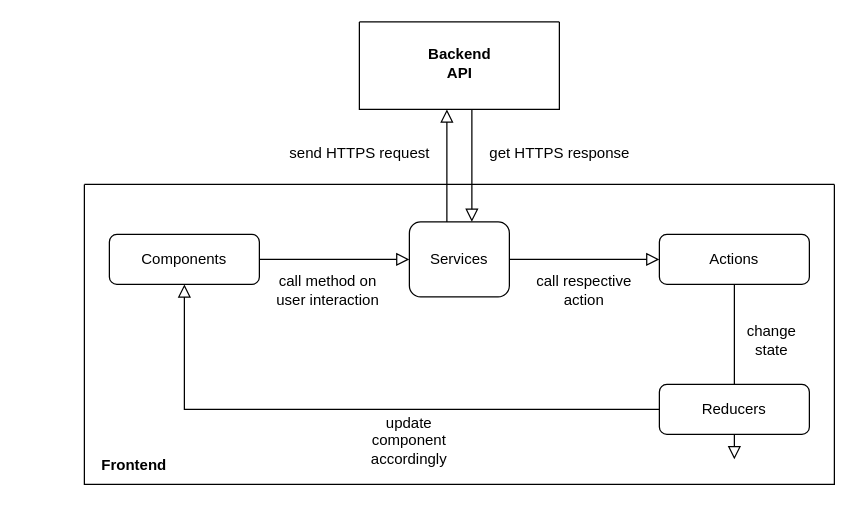
Maren-ski/eureka keeps this draw.io diagram as Ablauf Frontend.drawio. Above is the earlier version. Source tidied: cells renumbered, new cells numbered last; positions are measured from the earlier drawing's top-left corner, leaving out a move shared by most shapes. Both pictures are drawn from the tidied source at 125%, with x=0, y=0 at pixel (84, 9).
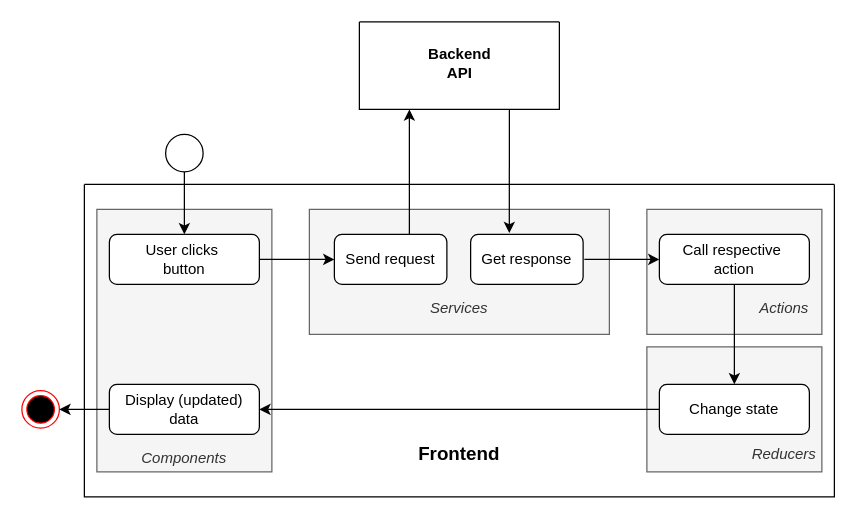
The same diagram, later.

Commit message:
Ablauf Frontend aktivitäten.drawio aktualisiert

Unchanged cells that the change refers to:
```xml
<mxCell id="17" style="swimlane;startSize=0;" parent="1" vertex="1">
  <mxGeometry x="220" y="10" width="160" height="70" as="geometry" />
</mxCell>
```

The edit, as a diff of the source:
```diff
@@
+    <mxCell id="22" value="&lt;div&gt;&lt;br&gt;&lt;/div&gt;&lt;div&gt;&lt;br&gt;&lt;/div&gt;&lt;div&gt;&lt;br&gt;&lt;/div&gt;&lt;div&gt;&lt;br&gt;&lt;/div&gt;&lt;div align=&quot;left&quot;&gt;&lt;span style=&quot;white-space: pre;&quot;&gt;&#9;&lt;/span&gt;&lt;span style=&quot;white-space: pre;&quot;&gt;&#9;&lt;/span&gt;&lt;span style=&quot;white-space: pre;&quot;&gt;&#9;&lt;/span&gt;&lt;i&gt;Actions&lt;/i&gt;&lt;br&gt;&lt;/div&gt;" style="rounded=0;whiteSpace=wrap;html=1;fillColor=#f5f5f5;fontColor=#333333;strokeColor=#666666;" parent="1" vertex="1">
+      <mxGeometry x="450" y="160" width="140" height="100" as="geometry" />
+    </mxCell>
+    <mxCell id="8" style="swimlane;startSize=0;" parent="1" vertex="1">
+      <mxGeometry y="140" width="600" height="250" as="geometry" />
+    </mxCell>
+    <mxCell id="23" value="&lt;div&gt;&lt;br&gt;&lt;/div&gt;&lt;div&gt;&lt;br&gt;&lt;/div&gt;&lt;div&gt;&lt;br&gt;&lt;/div&gt;&lt;div&gt;&lt;br&gt;&lt;/div&gt;&lt;div&gt;&lt;br&gt;&lt;/div&gt;&lt;div&gt;&lt;i&gt;&lt;span style=&quot;white-space: pre;&quot;&gt;&#9;&lt;/span&gt;&lt;span style=&quot;white-space: pre;&quot;&gt;&#9;&lt;/span&gt;&lt;span style=&quot;white-space: pre;&quot;&gt;&#9;&lt;/span&gt;Reducers&lt;/i&gt;&lt;/div&gt;" style="rounded=0;whiteSpace=wrap;html=1;fillColor=#f5f5f5;fontColor=#333333;strokeColor=#666666;" parent="8" vertex="1">
+      <mxGeometry x="450" y="130" width="140" height="100" as="geometry" />
+    </mxCell>
+    <mxCell id="3" value="&lt;div&gt;&lt;i&gt;&lt;br&gt;&lt;/i&gt;&lt;/div&gt;&lt;div&gt;&lt;i&gt;&lt;br&gt;&lt;/i&gt;&lt;/div&gt;&lt;div&gt;&lt;i&gt;&lt;br&gt;&lt;/i&gt;&lt;/div&gt;&lt;div&gt;&lt;i&gt;&lt;br&gt;&lt;/i&gt;&lt;/div&gt;&lt;div&gt;&lt;i&gt;Services&lt;br&gt;&lt;/i&gt;&lt;/div&gt;" style="rounded=0;whiteSpace=wrap;html=1;fillColor=#f5f5f5;fontColor=#333333;strokeColor=#666666;" parent="8" vertex="1">
+      <mxGeometry x="180" y="20" width="240" height="100" as="geometry" />
+    </mxCell>
+    <mxCell id="24" value="&lt;div&gt;&lt;i&gt;&lt;br&gt;&lt;/i&gt;&lt;/div&gt;&lt;div&gt;&lt;i&gt;&lt;br&gt;&lt;/i&gt;&lt;/div&gt;&lt;div&gt;&lt;i&gt;&lt;br&gt;&lt;/i&gt;&lt;/div&gt;&lt;div&gt;&lt;i&gt;&lt;br&gt;&lt;/i&gt;&lt;/div&gt;&lt;div&gt;&lt;i&gt;&lt;br&gt;&lt;/i&gt;&lt;/div&gt;&lt;div&gt;&lt;i&gt;&lt;br&gt;&lt;/i&gt;&lt;/div&gt;&lt;div&gt;&lt;i&gt;&lt;br&gt;&lt;/i&gt;&lt;/div&gt;&lt;div&gt;&lt;i&gt;&lt;br&gt;&lt;/i&gt;&lt;/div&gt;&lt;div&gt;&lt;i&gt;&lt;br&gt;&lt;/i&gt;&lt;/div&gt;&lt;div&gt;&lt;i&gt;&lt;br&gt;&lt;/i&gt;&lt;/div&gt;&lt;div&gt;&lt;i&gt;&lt;br&gt;&lt;/i&gt;&lt;/div&gt;&lt;div&gt;&lt;i&gt;&lt;br&gt;&lt;/i&gt;&lt;/div&gt;&lt;div&gt;&lt;i&gt;&lt;br&gt;&lt;/i&gt;&lt;/div&gt;&lt;div&gt;&lt;i&gt;Components&lt;/i&gt;&lt;/div&gt;" style="rounded=0;whiteSpace=wrap;html=1;fillColor=#f5f5f5;strokeColor=#666666;fontColor=#333333;" parent="8" vertex="1">
+      <mxGeometry x="10" y="20" width="140" height="210" as="geometry" />
+    </mxCell>
+    <mxCell id="9" value="&lt;font size=&quot;1&quot;&gt;&lt;b style=&quot;font-size: 15px;&quot;&gt;Frontend&lt;/b&gt;&lt;/font&gt;" style="text;html=1;align=center;verticalAlign=middle;whiteSpace=wrap;rounded=0;" parent="8" vertex="1">
+      <mxGeometry x="270" y="200" width="60" height="30" as="geometry" />
+    </mxCell>
+    <mxCell id="12" value="Change state" style="rounded=1;whiteSpace=wrap;html=1;fontSize=12;glass=0;strokeWidth=1;shadow=0;" parent="8" vertex="1">
+      <mxGeometry x="460" y="160" width="120" height="40" as="geometry" />
+    </mxCell>
+    <mxCell id="25" style="endArrow=classic;html=1;rounded=0;entryX=0;entryY=0.5;entryDx=0;entryDy=0;" parent="8" edge="1">
+      <mxGeometry relative="1" as="geometry">
+        <mxPoint x="400" y="60" as="sourcePoint" />
+        <mxPoint x="460" y="60" as="targetPoint" />
+      </mxGeometry>
+    </mxCell>
+    <mxCell id="26" value="Send request" style="rounded=1;whiteSpace=wrap;html=1;fontSize=12;glass=0;strokeWidth=1;shadow=0;" parent="8" vertex="1">
+      <mxGeometry x="200" y="40" width="90" height="40" as="geometry" />
+    </mxCell>
+    <mxCell id="27" value="Get response" style="rounded=1;whiteSpace=wrap;html=1;fontSize=12;glass=0;strokeWidth=1;shadow=0;" parent="8" vertex="1">
+      <mxGeometry x="309" y="40" width="90" height="40" as="geometry" />
+    </mxCell>
+    <mxCell id="28" value="Display (updated) data" style="rounded=1;whiteSpace=wrap;html=1;fontSize=12;glass=0;strokeWidth=1;shadow=0;" parent="8" vertex="1">
+      <mxGeometry x="20" y="160" width="120" height="40" as="geometry" />
+    </mxCell>
+    <mxCell id="29" style="endArrow=classic;html=1;rounded=0;exitX=0;exitY=0.5;exitDx=0;exitDy=0;entryX=1;entryY=0.5;entryDx=0;entryDy=0;" parent="8" edge="1" source="12" target="28">
+      <mxGeometry relative="1" as="geometry" />
+    </mxCell>
+    <mxCell id="30" style="edgeStyle=orthogonalEdgeStyle;rounded=0;orthogonalLoop=1;jettySize=auto;html=1;exitX=0.5;exitY=1;exitDx=0;exitDy=0;" parent="8" edge="1" source="3" target="3">
+      <mxGeometry relative="1" as="geometry" />
+    </mxCell>
-    <mxCell id="2" value="Components" style="rounded=1;whiteSpace=wrap;html=1;fontSize=12;glass=0;strokeWidth=1;shadow=0;" parent="1" vertex="1">
+    <mxCell id="2" value="&lt;div&gt;User clicks&amp;nbsp;&lt;/div&gt;&lt;div&gt;button&lt;/div&gt;" style="rounded=1;whiteSpace=wrap;html=1;fontSize=12;glass=0;strokeWidth=1;shadow=0;" parent="1" vertex="1">
       <mxGeometry x="20" y="180" width="120" height="40" as="geometry" />
     </mxCell>
-    <mxCell id="3" value="Services" style="rounded=1;whiteSpace=wrap;html=1;" parent="1" vertex="1">
-      <mxGeometry x="260" y="170" width="80" height="60" as="geometry" />
-    </mxCell>
-    <mxCell id="4" style="rounded=0;html=1;jettySize=auto;fontSize=11;endArrow=block;endFill=0;endSize=8;strokeWidth=1;shadow=0;labelBackgroundColor=none;edgeStyle=orthogonalEdgeStyle;entryX=0;entryY=0.5;entryDx=0;entryDy=0;exitX=1;exitY=0.5;exitDx=0;exitDy=0;" parent="1" edge="1" source="2" target="3">
-      <mxGeometry relative="1" as="geometry" />
-    </mxCell>
-    <mxCell id="5" value="Actions" style="rounded=1;whiteSpace=wrap;html=1;fontSize=12;glass=0;strokeWidth=1;shadow=0;" parent="1" vertex="1">
+    <mxCell id="5" value="&lt;div&gt;Call respective&amp;nbsp;&lt;/div&gt;&lt;div&gt;action&lt;/div&gt;" style="rounded=1;whiteSpace=wrap;html=1;fontSize=12;glass=0;strokeWidth=1;shadow=0;" parent="1" vertex="1">
       <mxGeometry x="460" y="180" width="120" height="40" as="geometry" />
     </mxCell>
-    <mxCell id="6" style="rounded=0;html=1;jettySize=auto;fontSize=11;endArrow=block;endFill=0;endSize=8;strokeWidth=1;shadow=0;labelBackgroundColor=none;edgeStyle=orthogonalEdgeStyle;exitX=0.5;exitY=1;exitDx=0;exitDy=0;" parent="1" edge="1" source="5">
-      <mxGeometry relative="1" as="geometry">
-        <mxPoint x="520" y="360" as="targetPoint" />
-      </mxGeometry>
-    </mxCell>
-    <mxCell id="7" style="rounded=0;html=1;jettySize=auto;fontSize=11;endArrow=block;endFill=0;endSize=8;strokeWidth=1;shadow=0;labelBackgroundColor=none;edgeStyle=orthogonalEdgeStyle;entryX=0;entryY=0.5;entryDx=0;entryDy=0;exitX=1;exitY=0.5;exitDx=0;exitDy=0;" parent="1" edge="1" source="3" target="5">
-      <mxGeometry relative="1" as="geometry" />
-    </mxCell>
-    <mxCell id="8" style="swimlane;startSize=0;" parent="1" vertex="1">
-      <mxGeometry y="140" width="600" height="240" as="geometry" />
-    </mxCell>
-    <mxCell id="9" value="&lt;b&gt;Frontend&lt;/b&gt;" style="text;html=1;align=center;verticalAlign=middle;whiteSpace=wrap;rounded=0;" parent="8" vertex="1">
-      <mxGeometry x="10" y="210" width="60" height="30" as="geometry" />
-    </mxCell>
-    <mxCell id="10" value="&lt;div&gt;call respective action&lt;/div&gt;" style="text;html=1;align=center;verticalAlign=middle;whiteSpace=wrap;rounded=0;" parent="8" vertex="1">
-      <mxGeometry x="360" y="70" width="80" height="30" as="geometry" />
-    </mxCell>
-    <mxCell id="11" value="call method on user interaction" style="text;html=1;align=center;verticalAlign=middle;whiteSpace=wrap;rounded=0;" parent="8" vertex="1">
-      <mxGeometry x="150" y="70" width="90" height="30" as="geometry" />
-    </mxCell>
-    <mxCell id="12" value="Reducers" style="rounded=1;whiteSpace=wrap;html=1;fontSize=12;glass=0;strokeWidth=1;shadow=0;" parent="8" vertex="1">
-      <mxGeometry x="460" y="160" width="120" height="40" as="geometry" />
-    </mxCell>
-    <mxCell id="13" value="change state" style="text;html=1;align=center;verticalAlign=middle;whiteSpace=wrap;rounded=0;" parent="8" vertex="1">
-      <mxGeometry x="520" y="110" width="60" height="30" as="geometry" />
-    </mxCell>
-    <mxCell id="14" style="rounded=0;html=1;jettySize=auto;orthogonalLoop=1;fontSize=11;endArrow=block;endFill=0;endSize=8;strokeWidth=1;shadow=0;labelBackgroundColor=none;edgeStyle=orthogonalEdgeStyle;" parent="8" edge="1">
-      <mxGeometry relative="1" as="geometry">
-        <mxPoint x="460" y="180" as="sourcePoint" />
-        <mxPoint x="80" y="80" as="targetPoint" />
-        <Array as="points">
-          <mxPoint x="80" y="177" />
-          <mxPoint x="80" y="-140" />
-        </Array>
-      </mxGeometry>
-    </mxCell>
-    <mxCell id="15" value="&lt;div&gt;update component&lt;/div&gt;&lt;div&gt;accordingly&lt;br&gt;&lt;/div&gt;" style="text;html=1;align=center;verticalAlign=middle;whiteSpace=wrap;rounded=0;" parent="8" vertex="1">
-      <mxGeometry x="220" y="190" width="80" height="30" as="geometry" />
-    </mxCell>
-    <mxCell id="16" style="rounded=0;html=1;jettySize=auto;orthogonalLoop=1;fontSize=11;endArrow=block;endFill=0;endSize=8;strokeWidth=1;shadow=0;labelBackgroundColor=none;edgeStyle=orthogonalEdgeStyle;exitX=0.5;exitY=0;exitDx=0;exitDy=0;" parent="1" edge="1">
-      <mxGeometry relative="1" as="geometry">
-        <mxPoint x="290" y="170" as="sourcePoint" />
-        <mxPoint x="290" y="80" as="targetPoint" />
-        <Array as="points">
-          <mxPoint x="290" y="130" />
-          <mxPoint x="290" y="130" />
-        </Array>
-      </mxGeometry>
-    </mxCell>
@@
-    <mxCell id="19" value="send HTTPS request" style="text;html=1;align=center;verticalAlign=middle;strokeColor=none;fillColor=none;" parent="1" vertex="1">
-      <mxGeometry x="150" y="100" width="140" height="30" as="geometry" />
-    </mxCell>
-    <mxCell id="20" style="rounded=0;html=1;jettySize=auto;orthogonalLoop=1;fontSize=11;endArrow=block;endFill=0;endSize=8;strokeWidth=1;shadow=0;labelBackgroundColor=none;edgeStyle=orthogonalEdgeStyle;" parent="1" edge="1">
-      <mxGeometry relative="1" as="geometry">
-        <mxPoint x="310" y="80" as="sourcePoint" />
-        <mxPoint x="310" y="170" as="targetPoint" />
-      </mxGeometry>
-    </mxCell>
-    <mxCell id="21" value="get HTTPS response" style="text;html=1;align=center;verticalAlign=middle;strokeColor=none;fillColor=none;" parent="1" vertex="1">
-      <mxGeometry x="310" y="100" width="140" height="30" as="geometry" />
-    </mxCell>
+    <mxCell id="31" style="endArrow=classic;html=1;rounded=0;exitX=1;exitY=0.5;exitDx=0;exitDy=0;entryX=0;entryY=0.5;entryDx=0;entryDy=0;" parent="1" edge="1" source="2" target="26">
+      <mxGeometry relative="1" as="geometry" />
+    </mxCell>
+    <mxCell id="32" style="endArrow=classic;html=1;rounded=0;exitX=0.5;exitY=1;exitDx=0;exitDy=0;entryX=0.5;entryY=0;entryDx=0;entryDy=0;" parent="1" edge="1" source="5" target="12">
+      <mxGeometry relative="1" as="geometry" />
+    </mxCell>
+    <mxCell id="33" style="endArrow=classic;html=1;rounded=0;entryX=0.25;entryY=1;entryDx=0;entryDy=0;" parent="1" edge="1" target="17">
+      <mxGeometry relative="1" as="geometry">
+        <mxPoint x="260" y="180" as="sourcePoint" />
+      </mxGeometry>
+    </mxCell>
+    <mxCell id="34" style="endArrow=classic;html=1;rounded=0;exitX=0.75;exitY=1;exitDx=0;exitDy=0;entryX=0.344;entryY=-0.025;entryDx=0;entryDy=0;entryPerimeter=0;" parent="1" edge="1" source="17" target="27">
+      <mxGeometry relative="1" as="geometry" />
+    </mxCell>
+    <mxCell id="35" style="endArrow=classic;html=1;rounded=0;exitX=0.5;exitY=1;exitDx=0;exitDy=0;entryX=0.5;entryY=0;entryDx=0;entryDy=0;" parent="1" edge="1" source="39" target="2">
+      <mxGeometry relative="1" as="geometry" />
+    </mxCell>
+    <mxCell id="36" style="edgeStyle=orthogonalEdgeStyle;rounded=0;orthogonalLoop=1;jettySize=auto;html=1;exitX=0.5;exitY=1;exitDx=0;exitDy=0;" parent="1" edge="1" source="8" target="8">
+      <mxGeometry relative="1" as="geometry" />
+    </mxCell>
+    <mxCell id="37" style="ellipse;html=1;shape=endState;fillColor=#000000;strokeColor=#ff0000;" parent="1" vertex="1">
+      <mxGeometry x="-50" y="305" width="30" height="30" as="geometry" />
+    </mxCell>
+    <mxCell id="38" style="endArrow=classic;html=1;rounded=0;exitX=0;exitY=0.5;exitDx=0;exitDy=0;entryX=1;entryY=0.5;entryDx=0;entryDy=0;" parent="1" edge="1" source="28" target="37">
+      <mxGeometry relative="1" as="geometry" />
+    </mxCell>
+    <mxCell id="39" style="ellipse;whiteSpace=wrap;html=1;" parent="1" vertex="1">
+      <mxGeometry x="65" y="100" width="30" height="30" as="geometry" />
+    </mxCell>
```
